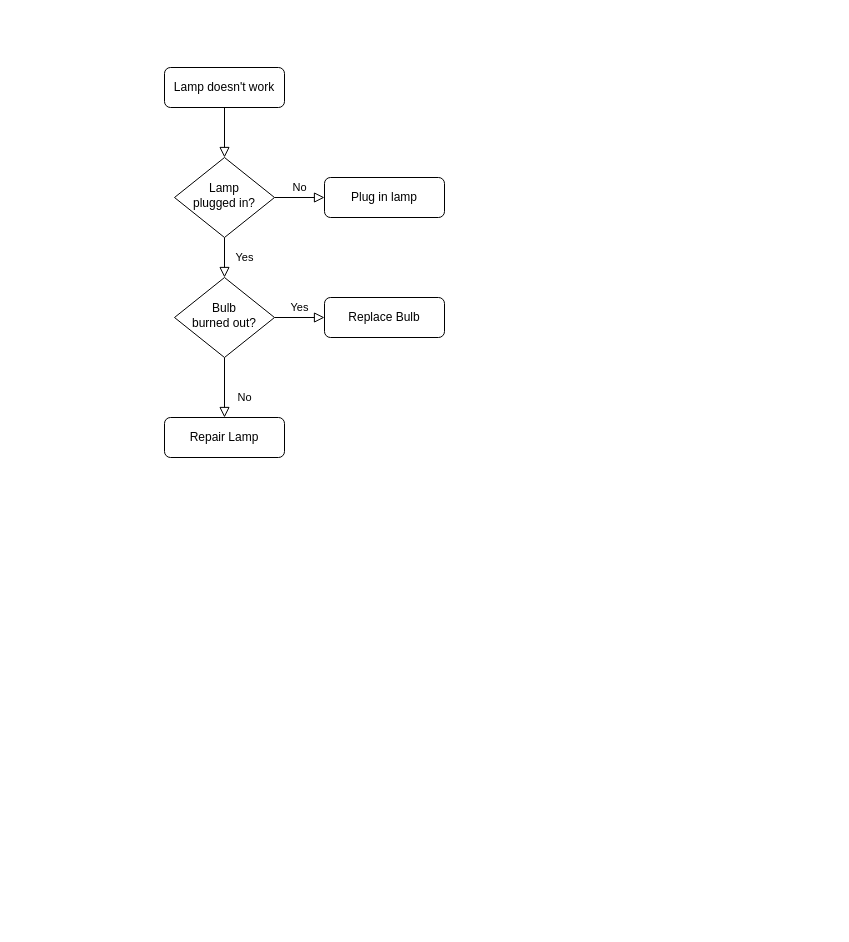
Before: FlowChart.drawio in wyllowyllo/Procedural-dungeon-generation-_-BSP-ver, a draw.io diagram. Source tidied: cells renumbered, new cells numbered last; positions are measured from the earlier drawing's top-left corner, leaving out a move shared by most shapes. Both pictures are drawn from the tidied source at 100%, with x=0, y=0 at pixel (164, 67).
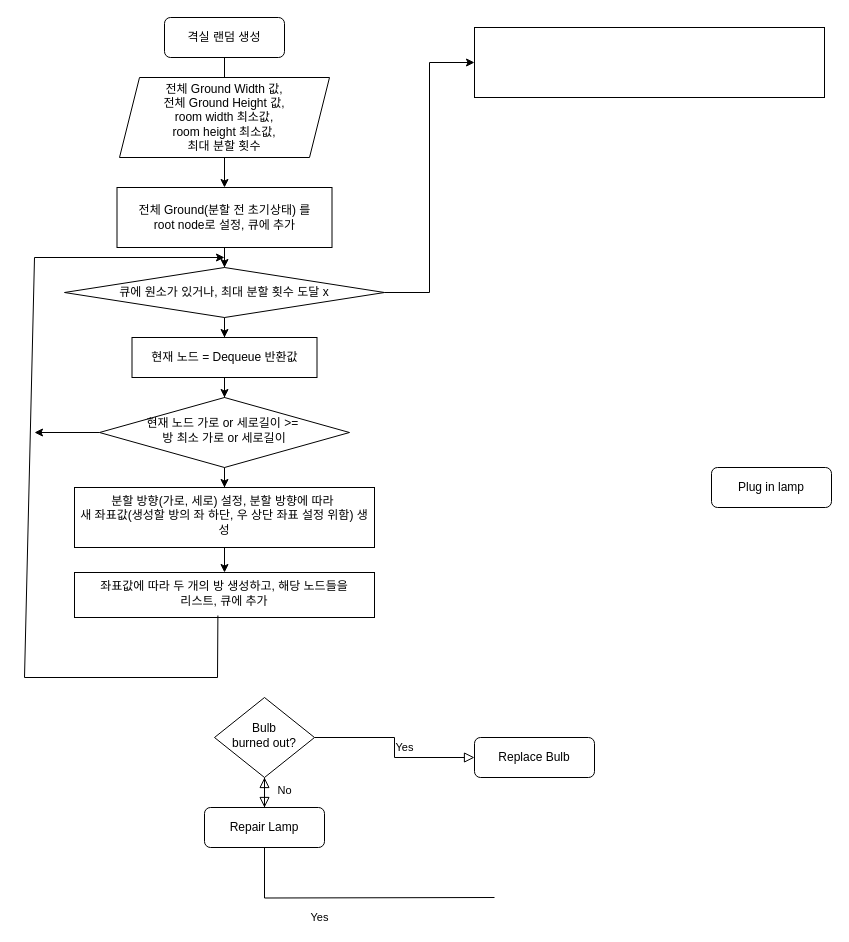
The same page after the edit.

Diff of the diagram source:
```diff
@@
-    <mxCell id="2" style="rounded=0;html=1;jettySize=auto;fontSize=11;endArrow=block;endFill=0;endSize=8;strokeWidth=1;shadow=0;labelBackgroundColor=none;edgeStyle=orthogonalEdgeStyle;" parent="1" edge="1" source="3" target="6">
-      <mxGeometry relative="1" as="geometry" />
+    <mxCell id="2" style="rounded=0;html=1;jettySize=auto;fontSize=11;endArrow=block;endFill=0;endSize=8;strokeWidth=1;shadow=0;labelBackgroundColor=none;edgeStyle=orthogonalEdgeStyle;" parent="1" edge="1" source="3">
+      <mxGeometry relative="1" as="geometry">
+        <mxPoint x="60" y="40" as="targetPoint" />
+      </mxGeometry>
     </mxCell>
-    <mxCell id="3" value="Lamp doesn't work" style="rounded=1;whiteSpace=wrap;html=1;fontSize=12;glass=0;strokeWidth=1;shadow=0;" parent="1" vertex="1">
-      <mxGeometry width="120" height="40" as="geometry" />
+    <mxCell id="3" value="격실 랜덤 생성" style="rounded=1;whiteSpace=wrap;html=1;fontSize=12;glass=0;strokeWidth=1;shadow=0;" parent="1" vertex="1">
+      <mxGeometry y="-50" width="120" height="40" as="geometry" />
     </mxCell>
-    <mxCell id="4" value="Yes" style="rounded=0;html=1;jettySize=auto;fontSize=11;endArrow=block;endFill=0;endSize=8;strokeWidth=1;shadow=0;labelBackgroundColor=none;edgeStyle=orthogonalEdgeStyle;" parent="1" edge="1" source="6" target="10">
-      <mxGeometry y="20" relative="1" as="geometry" />
+    <mxCell id="4" value="Yes" style="rounded=0;html=1;jettySize=auto;fontSize=11;endArrow=block;endFill=0;endSize=8;strokeWidth=1;shadow=0;labelBackgroundColor=none;edgeStyle=orthogonalEdgeStyle;" parent="1" edge="1" target="10">
+      <mxGeometry y="20" relative="1" as="geometry">
+        <mxPoint x="330" y="830" as="sourcePoint" />
+      </mxGeometry>
     </mxCell>
-    <mxCell id="5" value="No" style="edgeStyle=orthogonalEdgeStyle;rounded=0;html=1;jettySize=auto;fontSize=11;endArrow=block;endFill=0;endSize=8;strokeWidth=1;shadow=0;labelBackgroundColor=none;" parent="1" edge="1" source="6" target="7">
-      <mxGeometry y="10" relative="1" as="geometry" />
-    </mxCell>
+    <mxCell id="13" style="edgeStyle=orthogonalEdgeStyle;rounded=0;jettySize=auto;html=1;" parent="1" edge="1" source="6" target="24">
+      <mxGeometry relative="1" as="geometry" />
+    </mxCell>
-    <mxCell id="6" value="Lamp&lt;br&gt;plugged in?" style="rhombus;whiteSpace=wrap;html=1;shadow=0;fontFamily=Helvetica;fontSize=12;align=center;strokeWidth=1;spacing=6;spacingTop=-4;" parent="1" vertex="1">
-      <mxGeometry x="10" y="90" width="100" height="80" as="geometry" />
+    <mxCell id="6" value="현재 노드 가로 or 세로길이 &amp;gt;=&amp;nbsp;&lt;div&gt;방 최소 가로 or 세로길이&lt;/div&gt;" style="rhombus;whiteSpace=wrap;html=1;shadow=0;fontFamily=Helvetica;fontSize=12;align=center;strokeWidth=1;spacing=6;spacingTop=-4;" parent="1" vertex="1">
+      <mxGeometry x="-65" y="330" width="250" height="70" as="geometry" />
     </mxCell>
     <mxCell id="7" value="Plug in lamp" style="rounded=1;whiteSpace=wrap;html=1;fontSize=12;glass=0;strokeWidth=1;shadow=0;" parent="1" vertex="1">
-      <mxGeometry x="160" y="110" width="120" height="40" as="geometry" />
+      <mxGeometry x="547" y="400" width="120" height="40" as="geometry" />
     </mxCell>
@@
     <mxCell id="10" value="Bulb&lt;br&gt;burned out?" style="rhombus;whiteSpace=wrap;html=1;shadow=0;fontFamily=Helvetica;fontSize=12;align=center;strokeWidth=1;spacing=6;spacingTop=-4;" parent="1" vertex="1">
-      <mxGeometry x="10" y="210" width="100" height="80" as="geometry" />
+      <mxGeometry x="50" y="630" width="100" height="80" as="geometry" />
     </mxCell>
     <mxCell id="11" value="Repair Lamp" style="rounded=1;whiteSpace=wrap;html=1;fontSize=12;glass=0;strokeWidth=1;shadow=0;" parent="1" vertex="1">
-      <mxGeometry y="350" width="120" height="40" as="geometry" />
+      <mxGeometry x="40" y="740" width="120" height="40" as="geometry" />
     </mxCell>
     <mxCell id="12" value="Replace Bulb" style="rounded=1;whiteSpace=wrap;html=1;fontSize=12;glass=0;strokeWidth=1;shadow=0;" parent="1" vertex="1">
-      <mxGeometry x="160" y="230" width="120" height="40" as="geometry" />
+      <mxGeometry x="310" y="670" width="120" height="40" as="geometry" />
     </mxCell>
+    <mxCell id="14" style="edgeStyle=orthogonalEdgeStyle;rounded=0;jettySize=auto;html=1;" parent="1" edge="1" source="15" target="17">
+      <mxGeometry relative="1" as="geometry" />
+    </mxCell>
+    <mxCell id="15" value="전체 Ground Width 값,&lt;div&gt;전체 Ground Height 값,&lt;/div&gt;&lt;div&gt;room width 최소값,&lt;/div&gt;&lt;div&gt;room height 최소값,&lt;/div&gt;&lt;div&gt;최대 분할 횟수&lt;/div&gt;" style="shape=parallelogram;perimeter=parallelogramPerimeter;whiteSpace=wrap;html=1;fixedSize=1;" parent="1" vertex="1">
+      <mxGeometry x="-45" y="10" width="210" height="80" as="geometry" />
+    </mxCell>
+    <mxCell id="16" style="edgeStyle=orthogonalEdgeStyle;rounded=0;jettySize=auto;html=1;" parent="1" edge="1" source="17" target="20">
+      <mxGeometry relative="1" as="geometry" />
+    </mxCell>
+    <mxCell id="17" value="전체 Ground(분할 전 초기상태) 를&lt;div&gt;root node로 설정, 큐에 추가&lt;/div&gt;" style="rounded=0;whiteSpace=wrap;html=1;" parent="1" vertex="1">
+      <mxGeometry x="-47.5" y="120" width="215" height="60" as="geometry" />
+    </mxCell>
+    <mxCell id="18" style="edgeStyle=orthogonalEdgeStyle;rounded=0;jettySize=auto;html=1;" parent="1" edge="1" source="20" target="22">
+      <mxGeometry relative="1" as="geometry" />
+    </mxCell>
+    <mxCell id="19" style="edgeStyle=orthogonalEdgeStyle;rounded=0;jettySize=auto;html=1;entryX=0;entryY=0.5;entryDx=0;entryDy=0;" parent="1" edge="1" source="20" target="27">
+      <mxGeometry relative="1" as="geometry" />
+    </mxCell>
+    <mxCell id="20" value="큐에 원소가 있거나, 최대 분할 횟수 도달 x" style="rhombus;whiteSpace=wrap;html=1;rounded=0;" parent="1" vertex="1">
+      <mxGeometry x="-100" y="200" width="320" height="50" as="geometry" />
+    </mxCell>
+    <mxCell id="21" style="edgeStyle=orthogonalEdgeStyle;rounded=0;jettySize=auto;html=1;" parent="1" edge="1" source="22" target="6">
+      <mxGeometry relative="1" as="geometry" />
+    </mxCell>
+    <mxCell id="22" value="현재 노드 = Dequeue 반환값" style="whiteSpace=wrap;html=1;rounded=0;" parent="1" vertex="1">
+      <mxGeometry x="-32.5" y="270" width="185" height="40" as="geometry" />
+    </mxCell>
+    <mxCell id="23" style="edgeStyle=orthogonalEdgeStyle;rounded=0;jettySize=auto;html=1;" parent="1" edge="1" source="24" target="25">
+      <mxGeometry relative="1" as="geometry" />
+    </mxCell>
+    <mxCell id="24" value="분할 방향(가로, 세로) 설정, 분할 방향에 따라&amp;nbsp;&lt;div&gt;새 좌표값(생성할 방의 좌 하단, 우 상단 좌표 설정 위함) 생성&lt;/div&gt;" style="whiteSpace=wrap;html=1;shadow=0;strokeWidth=1;spacing=6;spacingTop=-4;" parent="1" vertex="1">
+      <mxGeometry x="-90" y="420" width="300" height="60" as="geometry" />
+    </mxCell>
+    <mxCell id="25" value="좌표값에 따라 두 개의 방 생성하고, 해당 노드들을&lt;div&gt;&amp;nbsp;리스트, 큐에 추가&amp;nbsp;&lt;/div&gt;" style="whiteSpace=wrap;html=1;shadow=0;strokeWidth=1;spacing=6;spacingTop=-4;" parent="1" vertex="1">
+      <mxGeometry x="-90" y="505" width="300" height="45" as="geometry" />
+    </mxCell>
+    <mxCell id="26" style="endArrow=classic;html=1;rounded=0;exitX=0.478;exitY=0.956;exitDx=0;exitDy=0;exitPerimeter=0;" parent="1" edge="1" source="25">
+      <mxGeometry relative="1" as="geometry">
+        <mxPoint x="60" y="190" as="targetPoint" />
+        <Array as="points">
+          <mxPoint x="53" y="610" />
+          <mxPoint x="-140" y="610" />
+          <mxPoint x="-130" y="190" />
+        </Array>
+      </mxGeometry>
+    </mxCell>
+    <mxCell id="27" style="whiteSpace=wrap;html=1;rounded=0;" parent="1" vertex="1">
+      <mxGeometry x="310" y="-40" width="350" height="70" as="geometry" />
+    </mxCell>
+    <mxCell id="28" style="endArrow=classic;html=1;rounded=0;exitX=0;exitY=0.5;exitDx=0;exitDy=0;" parent="1" edge="1" source="6">
+      <mxGeometry relative="1" as="geometry">
+        <mxPoint x="-130" y="365" as="targetPoint" />
+      </mxGeometry>
+    </mxCell>
```
